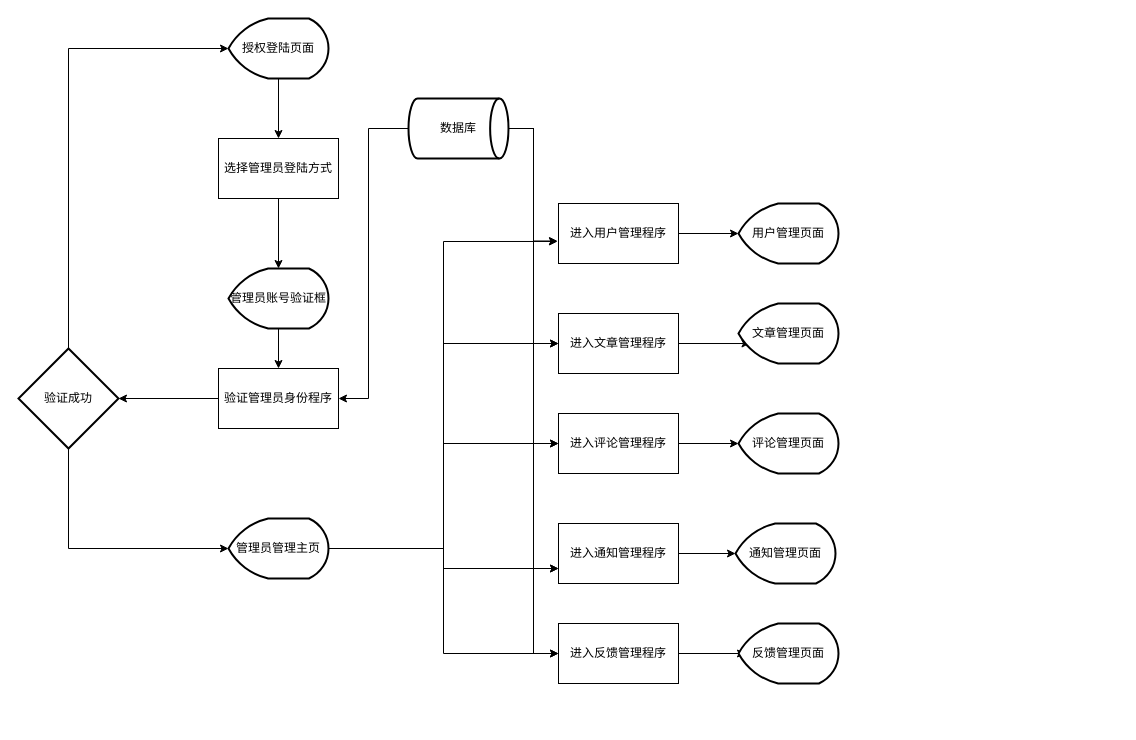
Earlier version of the draw.io diagram 管理员模块.drawio (SixteenTime/aboutSome). Source tidied: cells renumbered, new cells numbered last; positions are measured from the earlier drawing's top-left corner, leaving out a move shared by most shapes. Both pictures are drawn from the tidied source at 100%, with x=0, y=0 at pixel (18, 18).
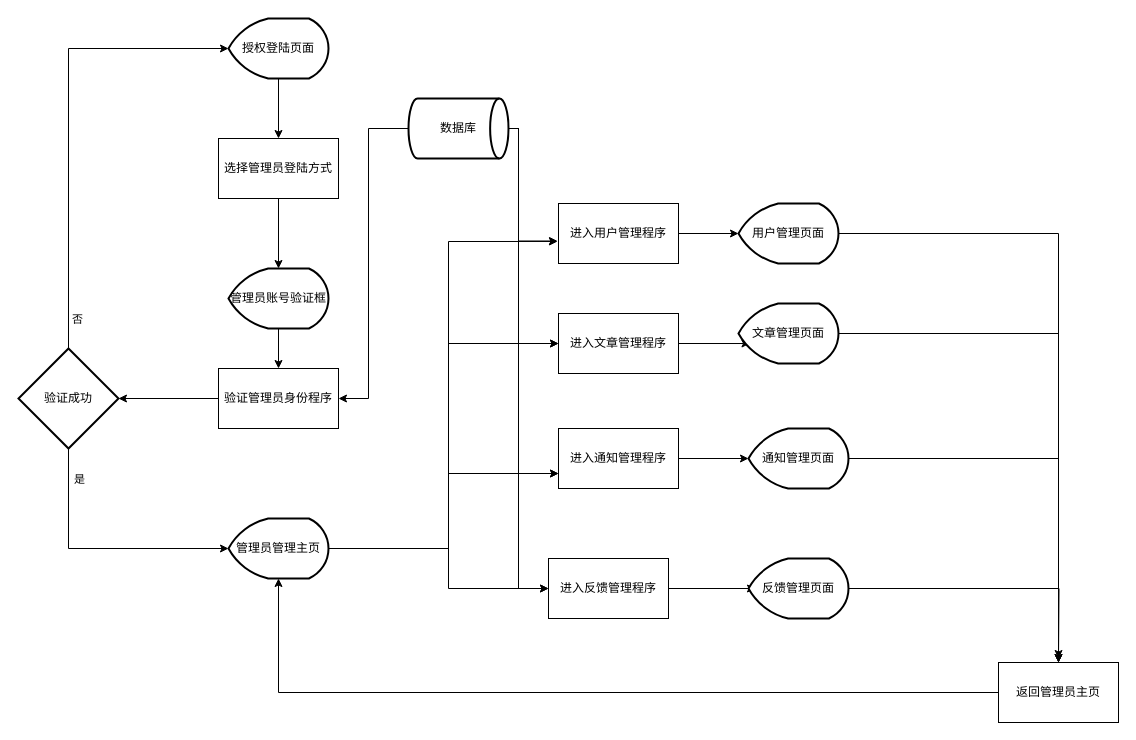
The same page after the edit.

Commit message:
Update 管理员模块.drawio

The change refers to these unchanged cells:
```xml
<mxCell id="7" value="进入用户管理程序" style="rounded=0;whiteSpace=wrap;html=1;" parent="1" vertex="1">
  <mxGeometry x="540" y="185" width="120" height="60" as="geometry" />
</mxCell>
<mxCell id="8" style="edgeStyle=orthogonalEdgeStyle;rounded=0;jettySize=auto;html=1;exitX=0.5;exitY=1;exitDx=0;exitDy=0;exitPerimeter=0;entryX=0;entryY=0.5;entryDx=0;entryDy=0;entryPerimeter=0;" parent="1" edge="1" source="10" target="40">
  <mxGeometry relative="1" as="geometry" />
</mxCell>
<mxCell id="9" style="edgeStyle=orthogonalEdgeStyle;rounded=0;jettySize=auto;html=1;exitX=0.5;exitY=0;exitDx=0;exitDy=0;exitPerimeter=0;entryX=0;entryY=0.5;entryDx=0;entryDy=0;entryPerimeter=0;" parent="1" edge="1" source="10" target="3">
  <mxGeometry relative="1" as="geometry" />
</mxCell>
<mxCell id="12" value="进入文章管理程序" style="rounded=0;whiteSpace=wrap;html=1;" parent="1" vertex="1">
  <mxGeometry x="540" y="295" width="120" height="60" as="geometry" />
</mxCell>
<mxCell id="19" value="用户管理页面" style="strokeWidth=2;html=1;shape=mxgraph.flowchart.display;whiteSpace=wrap;" parent="1" vertex="1">
  <mxGeometry x="720" y="185" width="100" height="60" as="geometry" />
</mxCell>
<mxCell id="20" value="文章管理页面" style="strokeWidth=2;html=1;shape=mxgraph.flowchart.display;whiteSpace=wrap;" parent="1" vertex="1">
  <mxGeometry x="720" y="285" width="100" height="60" as="geometry" />
</mxCell>
<mxCell id="30" value="数据库" style="strokeWidth=2;html=1;shape=mxgraph.flowchart.direct_data;whiteSpace=wrap;" parent="1" vertex="1">
  <mxGeometry x="390" y="80" width="100" height="60" as="geometry" />
</mxCell>
<mxCell id="40" value="管理员管理主页" style="strokeWidth=2;html=1;shape=mxgraph.flowchart.display;whiteSpace=wrap;" parent="1" vertex="1">
  <mxGeometry x="210" y="500" width="100" height="60" as="geometry" />
</mxCell>
```

Diff of the diagram source:
```diff
@@
+    <mxCell id="41" value="是" style="edgeLabel;html=1;align=center;verticalAlign=middle;" parent="8" vertex="1">
+      <mxGeometry x="-0.77" y="10" relative="1" as="geometry" />
+    </mxCell>
@@
+    <mxCell id="42" value="否" style="edgeLabel;html=1;align=center;verticalAlign=middle;" parent="9" vertex="1">
+      <mxGeometry x="-0.87" y="-8" relative="1" as="geometry" />
+    </mxCell>
@@
-    <mxCell id="13" style="edgeStyle=orthogonalEdgeStyle;rounded=0;jettySize=auto;html=1;exitX=1;exitY=0.5;exitDx=0;exitDy=0;" parent="1" edge="1" source="14" target="21">
-      <mxGeometry relative="1" as="geometry" />
-    </mxCell>
-    <mxCell id="14" value="进入评论管理程序" style="rounded=0;whiteSpace=wrap;html=1;" parent="1" vertex="1">
-      <mxGeometry x="540" y="395" width="120" height="60" as="geometry" />
-    </mxCell>
@@
     <mxCell id="16" value="进入通知管理程序" style="rounded=0;whiteSpace=wrap;html=1;" parent="1" vertex="1">
-      <mxGeometry x="540" y="505" width="120" height="60" as="geometry" />
+      <mxGeometry x="540" y="410" width="120" height="60" as="geometry" />
     </mxCell>
@@
     <mxCell id="18" value="进入反馈管理程序" style="rounded=0;whiteSpace=wrap;html=1;" parent="1" vertex="1">
-      <mxGeometry x="540" y="605" width="120" height="60" as="geometry" />
+      <mxGeometry x="530" y="540" width="120" height="60" as="geometry" />
     </mxCell>
+    <mxCell id="43" style="edgeStyle=orthogonalEdgeStyle;rounded=0;jettySize=auto;html=1;exitX=1;exitY=0.5;exitDx=0;exitDy=0;exitPerimeter=0;entryX=0.5;entryY=0;entryDx=0;entryDy=0;" parent="1" edge="1" source="19" target="48">
+      <mxGeometry relative="1" as="geometry" />
+    </mxCell>
@@
+    <mxCell id="44" style="edgeStyle=orthogonalEdgeStyle;rounded=0;jettySize=auto;html=1;exitX=1;exitY=0.5;exitDx=0;exitDy=0;exitPerimeter=0;entryX=0.5;entryY=0;entryDx=0;entryDy=0;" parent="1" edge="1" source="20" target="48">
+      <mxGeometry relative="1" as="geometry" />
+    </mxCell>
@@
-    <mxCell id="21" value="评论管理页面" style="strokeWidth=2;html=1;shape=mxgraph.flowchart.display;whiteSpace=wrap;" parent="1" vertex="1">
-      <mxGeometry x="720" y="395" width="100" height="60" as="geometry" />
-    </mxCell>
+    <mxCell id="45" style="edgeStyle=orthogonalEdgeStyle;rounded=0;jettySize=auto;html=1;exitX=1;exitY=0.5;exitDx=0;exitDy=0;exitPerimeter=0;entryX=0.5;entryY=0;entryDx=0;entryDy=0;" parent="1" edge="1" source="22" target="48">
+      <mxGeometry relative="1" as="geometry" />
+    </mxCell>
     <mxCell id="22" value="通知管理页面" style="strokeWidth=2;html=1;shape=mxgraph.flowchart.display;whiteSpace=wrap;" parent="1" vertex="1">
-      <mxGeometry x="717" y="505" width="100" height="60" as="geometry" />
+      <mxGeometry x="730" y="410" width="100" height="60" as="geometry" />
     </mxCell>
+    <mxCell id="46" style="edgeStyle=orthogonalEdgeStyle;rounded=0;jettySize=auto;html=1;exitX=1;exitY=0.5;exitDx=0;exitDy=0;exitPerimeter=0;" parent="1" edge="1" source="23">
+      <mxGeometry relative="1" as="geometry">
+        <mxPoint x="1040" y="640" as="targetPoint" />
+      </mxGeometry>
+    </mxCell>
     <mxCell id="23" value="反馈管理页面" style="strokeWidth=2;html=1;shape=mxgraph.flowchart.display;whiteSpace=wrap;" parent="1" vertex="1">
-      <mxGeometry x="720" y="605" width="100" height="60" as="geometry" />
+      <mxGeometry x="730" y="540" width="100" height="60" as="geometry" />
     </mxCell>
@@
     <mxCell id="25" style="edgeStyle=orthogonalEdgeStyle;rounded=0;jettySize=auto;html=1;exitX=1;exitY=0.5;exitDx=0;exitDy=0;exitPerimeter=0;entryX=-0.008;entryY=0.625;entryDx=0;entryDy=0;entryPerimeter=0;" parent="1" edge="1" source="30" target="7">
-      <mxGeometry relative="1" as="geometry" />
+      <mxGeometry relative="1" as="geometry">
+        <Array as="points">
+          <mxPoint x="500" y="110" />
+          <mxPoint x="500" y="223" />
+        </Array>
+      </mxGeometry>
     </mxCell>
     <mxCell id="26" style="edgeStyle=orthogonalEdgeStyle;rounded=0;jettySize=auto;html=1;exitX=1;exitY=0.5;exitDx=0;exitDy=0;exitPerimeter=0;entryX=0;entryY=0.5;entryDx=0;entryDy=0;" parent="1" edge="1" source="30" target="12">
-      <mxGeometry relative="1" as="geometry" />
+      <mxGeometry relative="1" as="geometry">
+        <Array as="points">
+          <mxPoint x="500" y="110" />
+          <mxPoint x="500" y="325" />
+        </Array>
+      </mxGeometry>
     </mxCell>
-    <mxCell id="27" style="edgeStyle=orthogonalEdgeStyle;rounded=0;jettySize=auto;html=1;exitX=1;exitY=0.5;exitDx=0;exitDy=0;exitPerimeter=0;entryX=0;entryY=0.5;entryDx=0;entryDy=0;" parent="1" edge="1" source="30" target="14">
-      <mxGeometry relative="1" as="geometry" />
-    </mxCell>
     <mxCell id="28" style="edgeStyle=orthogonalEdgeStyle;rounded=0;jettySize=auto;html=1;exitX=1;exitY=0.5;exitDx=0;exitDy=0;exitPerimeter=0;entryX=0;entryY=0.75;entryDx=0;entryDy=0;" parent="1" edge="1" source="30" target="16">
-      <mxGeometry relative="1" as="geometry" />
+      <mxGeometry relative="1" as="geometry">
+        <Array as="points">
+          <mxPoint x="500" y="110" />
+          <mxPoint x="500" y="455" />
+        </Array>
+      </mxGeometry>
     </mxCell>
     <mxCell id="29" style="edgeStyle=orthogonalEdgeStyle;rounded=0;jettySize=auto;html=1;exitX=1;exitY=0.5;exitDx=0;exitDy=0;exitPerimeter=0;entryX=0;entryY=0.5;entryDx=0;entryDy=0;" parent="1" edge="1" source="30" target="18">
-      <mxGeometry relative="1" as="geometry" />
+      <mxGeometry relative="1" as="geometry">
+        <Array as="points">
+          <mxPoint x="500" y="110" />
+          <mxPoint x="500" y="570" />
+        </Array>
+      </mxGeometry>
     </mxCell>
@@
     <mxCell id="35" style="edgeStyle=orthogonalEdgeStyle;rounded=0;jettySize=auto;html=1;exitX=1;exitY=0.5;exitDx=0;exitDy=0;exitPerimeter=0;entryX=-0.008;entryY=0.633;entryDx=0;entryDy=0;entryPerimeter=0;" parent="1" edge="1" source="40" target="7">
-      <mxGeometry relative="1" as="geometry" />
+      <mxGeometry relative="1" as="geometry">
+        <Array as="points">
+          <mxPoint x="430" y="530" />
+          <mxPoint x="430" y="223" />
+        </Array>
+      </mxGeometry>
     </mxCell>
     <mxCell id="36" style="edgeStyle=orthogonalEdgeStyle;rounded=0;jettySize=auto;html=1;exitX=1;exitY=0.5;exitDx=0;exitDy=0;exitPerimeter=0;entryX=0;entryY=0.5;entryDx=0;entryDy=0;" parent="1" edge="1" source="40" target="12">
-      <mxGeometry relative="1" as="geometry" />
+      <mxGeometry relative="1" as="geometry">
+        <Array as="points">
+          <mxPoint x="430" y="530" />
+          <mxPoint x="430" y="325" />
+        </Array>
+      </mxGeometry>
     </mxCell>
-    <mxCell id="37" style="edgeStyle=orthogonalEdgeStyle;rounded=0;jettySize=auto;html=1;exitX=1;exitY=0.5;exitDx=0;exitDy=0;exitPerimeter=0;entryX=0;entryY=0.5;entryDx=0;entryDy=0;" parent="1" edge="1" source="40" target="14">
-      <mxGeometry relative="1" as="geometry" />
-    </mxCell>
     <mxCell id="38" style="edgeStyle=orthogonalEdgeStyle;rounded=0;jettySize=auto;html=1;exitX=1;exitY=0.5;exitDx=0;exitDy=0;exitPerimeter=0;entryX=0;entryY=0.75;entryDx=0;entryDy=0;" parent="1" edge="1" source="40" target="16">
-      <mxGeometry relative="1" as="geometry" />
+      <mxGeometry relative="1" as="geometry">
+        <Array as="points">
+          <mxPoint x="430" y="530" />
+          <mxPoint x="430" y="455" />
+        </Array>
+      </mxGeometry>
     </mxCell>
     <mxCell id="39" style="edgeStyle=orthogonalEdgeStyle;rounded=0;jettySize=auto;html=1;exitX=1;exitY=0.5;exitDx=0;exitDy=0;exitPerimeter=0;entryX=0;entryY=0.5;entryDx=0;entryDy=0;" parent="1" edge="1" source="40" target="18">
-      <mxGeometry relative="1" as="geometry" />
+      <mxGeometry relative="1" as="geometry">
+        <Array as="points">
+          <mxPoint x="430" y="530" />
+          <mxPoint x="430" y="570" />
+        </Array>
+      </mxGeometry>
     </mxCell>
@@
+    <mxCell id="47" style="edgeStyle=orthogonalEdgeStyle;rounded=0;jettySize=auto;html=1;exitX=0;exitY=0.5;exitDx=0;exitDy=0;entryX=0.5;entryY=1;entryDx=0;entryDy=0;entryPerimeter=0;" parent="1" edge="1" source="48" target="40">
+      <mxGeometry relative="1" as="geometry" />
+    </mxCell>
+    <mxCell id="48" value="返回管理员主页" style="rounded=0;whiteSpace=wrap;html=1;" parent="1" vertex="1">
+      <mxGeometry x="980" y="644" width="120" height="60" as="geometry" />
+    </mxCell>
```
